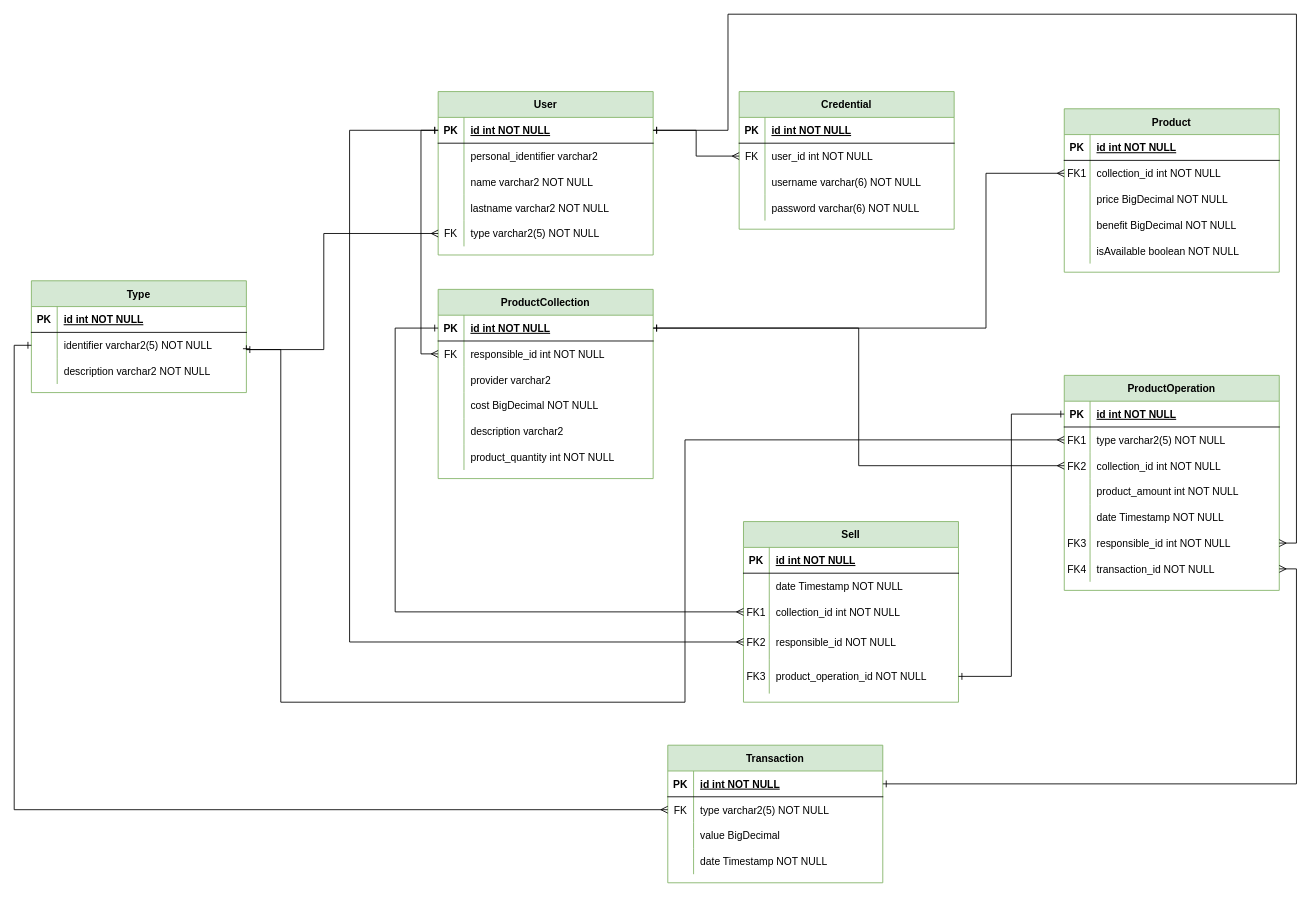
Earlier version of the draw.io diagram database/diagram1.0.drawio (NM4TT/Octoger). Source tidied: cells renumbered, new cells numbered last; positions are measured from the earlier drawing's top-left corner, leaving out a move shared by most shapes. Both pictures are drawn from the tidied source at 86%, with x=0, y=0 at pixel (31, 14).
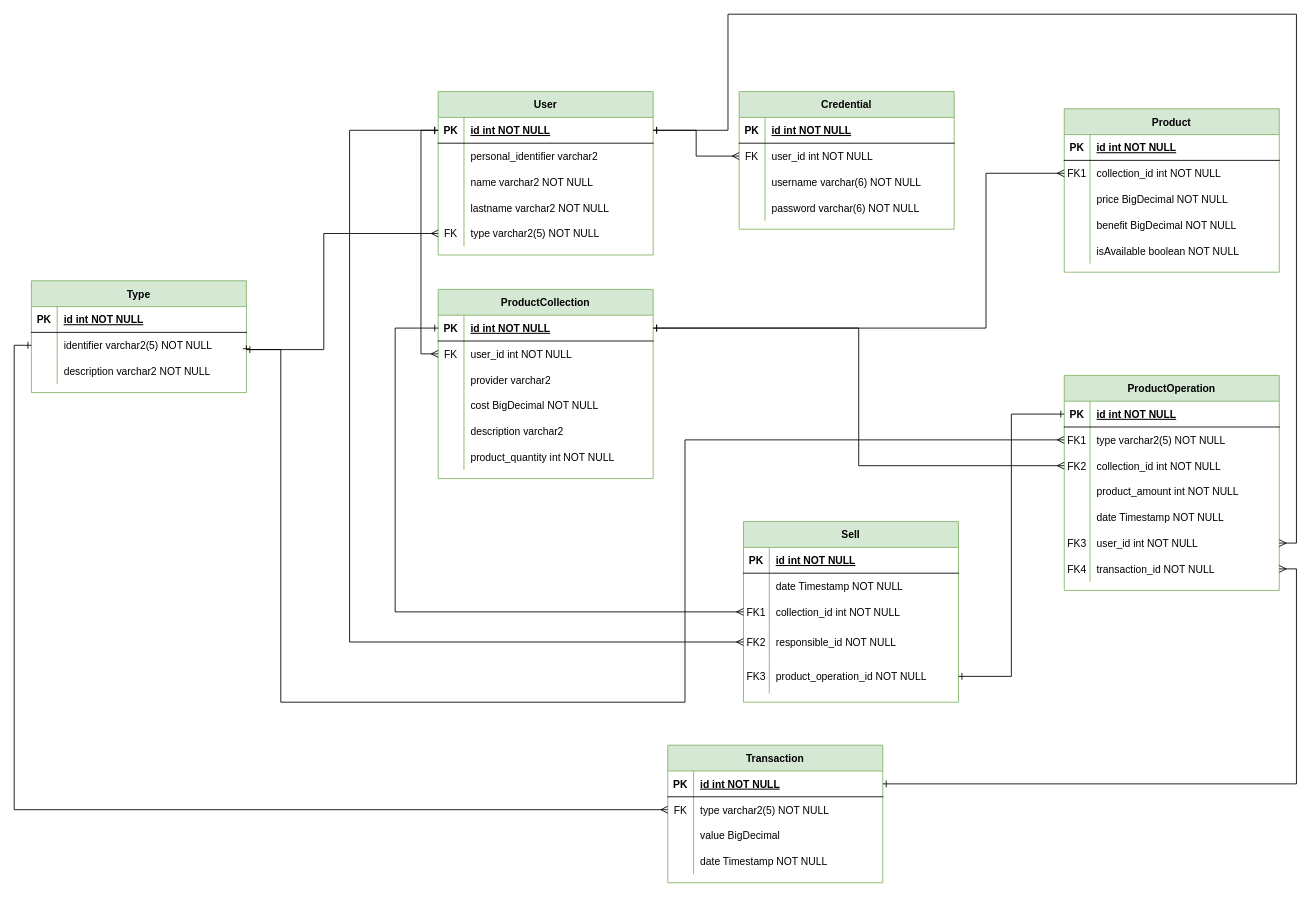
After the change.

Commit message:
Cambios en diagrama ER

Unchanged cells that the change refers to:
```xml
<mxCell id="81" style="shape=partialRectangle;fillColor=none;points=[[0,0.5],[1,0.5]];portConstraint=eastwest;top=0;left=0;right=0;bottom=0;" parent="77" vertex="1">
  <mxGeometry y="60" width="250" height="30" as="geometry" />
</mxCell>
<mxCell id="128" style="shape=partialRectangle;fillColor=none;points=[[0,0.5],[1,0.5]];portConstraint=eastwest;top=0;left=0;right=0;bottom=0;" parent="112" vertex="1">
  <mxGeometry y="180" width="250" height="30" as="geometry" />
</mxCell>
```

Diff of the diagram source:
```diff
@@
-    <mxCell id="83" value="responsible_id int NOT NULL" style="shape=partialRectangle;overflow=hidden;fillColor=none;top=0;left=0;bottom=0;right=0;align=left;spacingLeft=6;" parent="81" vertex="1">
+    <mxCell id="83" value="user_id int NOT NULL" style="shape=partialRectangle;overflow=hidden;fillColor=none;top=0;left=0;bottom=0;right=0;align=left;spacingLeft=6;" parent="81" vertex="1">
       <mxGeometry x="30" width="220" height="30" as="geometry" />
     </mxCell>
@@
-    <mxCell id="130" value="responsible_id int NOT NULL" style="shape=partialRectangle;overflow=hidden;fillColor=none;top=0;left=0;bottom=0;right=0;align=left;spacingLeft=6;" parent="128" vertex="1">
+    <mxCell id="130" value="user_id int NOT NULL" style="shape=partialRectangle;overflow=hidden;fillColor=none;top=0;left=0;bottom=0;right=0;align=left;spacingLeft=6;" parent="128" vertex="1">
       <mxGeometry x="30" width="220" height="30" as="geometry" />
     </mxCell>
```
